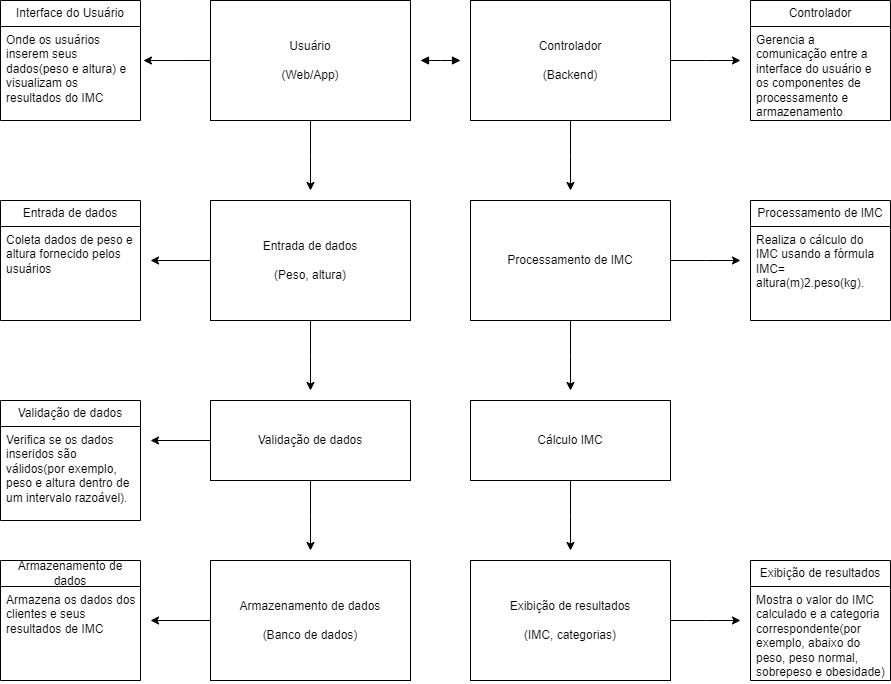
Before: Imc.drawio.png, a diagram exported from draw.io (Zaibam/Desenvolvimento-De-Sistemas-1). Source tidied: cells renumbered, new cells last; positions are measured from the earlier drawing's top-left corner, leaving out a move shared by most shapes. Source of this version:
```xml
<mxGraphModel>
  <root>
    <mxCell id="0" />
    <mxCell id="1" parent="0" />
    <mxCell id="2" style="edgeStyle=orthogonalEdgeStyle;rounded=0;jettySize=auto;html=1;exitX=0.5;exitY=1;exitDx=0;exitDy=0;" parent="1" edge="1" source="3">
      <mxGeometry relative="1" as="geometry">
        <mxPoint x="310" y="190" as="targetPoint" />
      </mxGeometry>
    </mxCell>
    <mxCell id="3" value="Usuário&lt;br&gt;&lt;br&gt;(Web/App)" style="html=1;whiteSpace=wrap;" parent="1" vertex="1">
      <mxGeometry x="210" width="200" height="120" as="geometry" />
    </mxCell>
    <mxCell id="4" style="edgeStyle=orthogonalEdgeStyle;rounded=0;jettySize=auto;html=1;exitX=0.5;exitY=1;exitDx=0;exitDy=0;" parent="1" edge="1" source="6">
      <mxGeometry relative="1" as="geometry">
        <mxPoint x="570" y="190" as="targetPoint" />
      </mxGeometry>
    </mxCell>
    <mxCell id="5" style="edgeStyle=orthogonalEdgeStyle;rounded=0;jettySize=auto;html=1;exitX=1;exitY=0.5;exitDx=0;exitDy=0;" parent="1" edge="1" source="6">
      <mxGeometry relative="1" as="geometry">
        <mxPoint x="740" y="60" as="targetPoint" />
      </mxGeometry>
    </mxCell>
    <mxCell id="6" value="Controlador&lt;br&gt;&lt;br&gt;(Backend)" style="html=1;whiteSpace=wrap;" parent="1" vertex="1">
      <mxGeometry x="470" width="200" height="120" as="geometry" />
    </mxCell>
    <mxCell id="7" style="edgeStyle=orthogonalEdgeStyle;rounded=0;jettySize=auto;html=1;exitX=0.5;exitY=1;exitDx=0;exitDy=0;" parent="1" edge="1" source="9">
      <mxGeometry relative="1" as="geometry">
        <mxPoint x="310" y="390" as="targetPoint" />
      </mxGeometry>
    </mxCell>
    <mxCell id="8" style="edgeStyle=orthogonalEdgeStyle;rounded=0;jettySize=auto;html=1;exitX=0;exitY=0.5;exitDx=0;exitDy=0;" parent="1" edge="1" source="9">
      <mxGeometry relative="1" as="geometry">
        <mxPoint x="150" y="260" as="targetPoint" />
      </mxGeometry>
    </mxCell>
    <mxCell id="9" value="Entrada de dados&lt;br&gt;&lt;br&gt;(Peso, altura)" style="html=1;whiteSpace=wrap;" parent="1" vertex="1">
      <mxGeometry x="210" y="200" width="200" height="120" as="geometry" />
    </mxCell>
    <mxCell id="10" style="edgeStyle=orthogonalEdgeStyle;rounded=0;jettySize=auto;html=1;exitX=0.5;exitY=1;exitDx=0;exitDy=0;" parent="1" edge="1" source="12">
      <mxGeometry relative="1" as="geometry">
        <mxPoint x="570" y="390" as="targetPoint" />
      </mxGeometry>
    </mxCell>
    <mxCell id="11" style="edgeStyle=orthogonalEdgeStyle;rounded=0;jettySize=auto;html=1;exitX=1;exitY=0.5;exitDx=0;exitDy=0;" parent="1" edge="1" source="12">
      <mxGeometry relative="1" as="geometry">
        <mxPoint x="740" y="260" as="targetPoint" />
      </mxGeometry>
    </mxCell>
    <mxCell id="12" value="Processamento de IMC" style="html=1;whiteSpace=wrap;" parent="1" vertex="1">
      <mxGeometry x="470" y="200" width="200" height="120" as="geometry" />
    </mxCell>
    <mxCell id="13" style="edgeStyle=orthogonalEdgeStyle;rounded=0;jettySize=auto;html=1;exitX=0.5;exitY=1;exitDx=0;exitDy=0;" parent="1" edge="1" source="15">
      <mxGeometry relative="1" as="geometry">
        <mxPoint x="310" y="550" as="targetPoint" />
      </mxGeometry>
    </mxCell>
    <mxCell id="14" style="edgeStyle=orthogonalEdgeStyle;rounded=0;jettySize=auto;html=1;exitX=0;exitY=0.5;exitDx=0;exitDy=0;" parent="1" edge="1" source="15">
      <mxGeometry relative="1" as="geometry">
        <mxPoint x="150" y="440" as="targetPoint" />
      </mxGeometry>
    </mxCell>
    <mxCell id="15" value="Validação de dados" style="html=1;whiteSpace=wrap;" parent="1" vertex="1">
      <mxGeometry x="210" y="400" width="200" height="80" as="geometry" />
    </mxCell>
    <mxCell id="16" style="edgeStyle=orthogonalEdgeStyle;rounded=0;jettySize=auto;html=1;exitX=0.5;exitY=1;exitDx=0;exitDy=0;" parent="1" edge="1" source="17">
      <mxGeometry relative="1" as="geometry">
        <mxPoint x="570" y="550" as="targetPoint" />
      </mxGeometry>
    </mxCell>
    <mxCell id="17" value="Cálculo IMC" style="html=1;whiteSpace=wrap;" parent="1" vertex="1">
      <mxGeometry x="470" y="400" width="200" height="80" as="geometry" />
    </mxCell>
    <mxCell id="18" style="edgeStyle=orthogonalEdgeStyle;rounded=0;jettySize=auto;html=1;exitX=0;exitY=0.5;exitDx=0;exitDy=0;" parent="1" edge="1" source="19">
      <mxGeometry relative="1" as="geometry">
        <mxPoint x="150" y="620" as="targetPoint" />
      </mxGeometry>
    </mxCell>
    <mxCell id="19" value="Armazenamento de dados&lt;br&gt;&lt;br&gt;(Banco de dados)" style="html=1;whiteSpace=wrap;" parent="1" vertex="1">
      <mxGeometry x="210" y="560" width="200" height="120" as="geometry" />
    </mxCell>
    <mxCell id="20" style="edgeStyle=orthogonalEdgeStyle;rounded=0;jettySize=auto;html=1;exitX=1;exitY=0.5;exitDx=0;exitDy=0;" parent="1" edge="1" source="21">
      <mxGeometry relative="1" as="geometry">
        <mxPoint x="740" y="620" as="targetPoint" />
      </mxGeometry>
    </mxCell>
    <mxCell id="21" value="Exibição de resultados&lt;br&gt;&lt;br&gt;(IMC, categorias)" style="html=1;whiteSpace=wrap;" parent="1" vertex="1">
      <mxGeometry x="470" y="560" width="200" height="120" as="geometry" />
    </mxCell>
    <mxCell id="22" value="Interface do Usuário" style="swimlane;fontStyle=0;horizontal=1;startSize=26;fillColor=none;whiteSpace=wrap;html=1;" parent="1" vertex="1">
      <mxGeometry width="140" height="120" as="geometry" />
    </mxCell>
    <mxCell id="23" value="Onde os usuários inserem seus dados(peso e altura) e visualizam os resultados do IMC" style="text;strokeColor=none;fillColor=none;align=left;verticalAlign=top;spacingLeft=4;spacingRight=4;overflow=hidden;points=[[0,0.5],[1,0.5]];portConstraint=eastwest;whiteSpace=wrap;html=1;" parent="22" vertex="1">
      <mxGeometry y="26" width="140" height="94" as="geometry" />
    </mxCell>
    <mxCell id="24" style="edgeStyle=orthogonalEdgeStyle;rounded=0;jettySize=auto;html=1;exitX=0;exitY=0.5;exitDx=0;exitDy=0;entryX=1.021;entryY=0.362;entryDx=0;entryDy=0;entryPerimeter=0;" parent="1" edge="1" source="3" target="23">
      <mxGeometry relative="1" as="geometry" />
    </mxCell>
    <mxCell id="25" value="Entrada de dados" style="swimlane;fontStyle=0;horizontal=1;startSize=26;fillColor=none;whiteSpace=wrap;html=1;" parent="1" vertex="1">
      <mxGeometry y="200" width="140" height="120" as="geometry" />
    </mxCell>
    <mxCell id="26" value="Coleta dados de peso e altura fornecido pelos usuários&lt;div&gt;&lt;br&gt;&lt;/div&gt;" style="text;strokeColor=none;fillColor=none;align=left;verticalAlign=top;spacingLeft=4;spacingRight=4;overflow=hidden;whiteSpace=wrap;html=1;" parent="25" vertex="1">
      <mxGeometry y="26" width="140" height="94" as="geometry" />
    </mxCell>
    <mxCell id="27" value="Controlador" style="swimlane;fontStyle=0;horizontal=1;startSize=26;fillColor=none;whiteSpace=wrap;html=1;" parent="1" vertex="1">
      <mxGeometry x="750" width="140" height="120" as="geometry" />
    </mxCell>
    <mxCell id="28" value="Gerencia a comunicação entre a interface do usuário e os componentes de processamento e armazenamento" style="text;strokeColor=none;fillColor=none;align=left;verticalAlign=top;spacingLeft=4;spacingRight=4;overflow=hidden;whiteSpace=wrap;html=1;" parent="27" vertex="1">
      <mxGeometry y="26" width="140" height="94" as="geometry" />
    </mxCell>
    <mxCell id="29" style="endArrow=block;startArrow=block;endFill=1;startFill=1;html=1;rounded=0;" parent="1" edge="1">
      <mxGeometry relative="1" as="geometry">
        <mxPoint x="420" y="60" as="sourcePoint" />
        <mxPoint x="460" y="60" as="targetPoint" />
        <Array as="points">
          <mxPoint x="440" y="60" />
        </Array>
      </mxGeometry>
    </mxCell>
    <mxCell id="30" value="Processamento de IMC" style="swimlane;fontStyle=0;horizontal=1;startSize=26;fillColor=none;whiteSpace=wrap;html=1;" parent="1" vertex="1">
      <mxGeometry x="750" y="200" width="140" height="120" as="geometry" />
    </mxCell>
    <mxCell id="31" value="Realiza o cálculo do IMC usando a fórmula IMC= altura(m)2.peso(kg)." style="text;strokeColor=none;fillColor=none;align=left;verticalAlign=top;spacingLeft=4;spacingRight=4;overflow=hidden;whiteSpace=wrap;html=1;" parent="30" vertex="1">
      <mxGeometry y="26" width="140" height="94" as="geometry" />
    </mxCell>
    <mxCell id="32" value="Exibição de resultados" style="swimlane;fontStyle=0;horizontal=1;startSize=26;fillColor=none;whiteSpace=wrap;html=1;" parent="1" vertex="1">
      <mxGeometry x="750" y="560" width="140" height="120" as="geometry" />
    </mxCell>
    <mxCell id="33" value="Mostra o valor do IMC calculado e a categoria correspondente(por exemplo, abaixo do peso, peso normal, sobrepeso e obesidade)" style="text;strokeColor=none;fillColor=none;align=left;verticalAlign=top;spacingLeft=4;spacingRight=4;overflow=hidden;whiteSpace=wrap;html=1;" parent="32" vertex="1">
      <mxGeometry y="26" width="140" height="94" as="geometry" />
    </mxCell>
    <mxCell id="34" value="Validação de dados" style="swimlane;fontStyle=0;horizontal=1;startSize=26;fillColor=none;whiteSpace=wrap;html=1;" parent="1" vertex="1">
      <mxGeometry y="400" width="140" height="120" as="geometry" />
    </mxCell>
    <mxCell id="35" value="Verifica se os dados inseridos são válidos(por exemplo, peso e altura dentro de um intervalo razoável)." style="text;strokeColor=none;fillColor=none;align=left;verticalAlign=top;spacingLeft=4;spacingRight=4;overflow=hidden;whiteSpace=wrap;html=1;" parent="34" vertex="1">
      <mxGeometry y="26" width="140" height="94" as="geometry" />
    </mxCell>
    <mxCell id="36" value="Armazenamento de dados" style="swimlane;fontStyle=0;horizontal=1;startSize=26;fillColor=none;whiteSpace=wrap;html=1;" parent="1" vertex="1">
      <mxGeometry y="560" width="140" height="120" as="geometry" />
    </mxCell>
    <mxCell id="37" value="Armazena os dados dos clientes e seus resultados de IMC" style="text;strokeColor=none;fillColor=none;align=left;verticalAlign=top;spacingLeft=4;spacingRight=4;overflow=hidden;whiteSpace=wrap;html=1;" parent="36" vertex="1">
      <mxGeometry y="26" width="140" height="94" as="geometry" />
    </mxCell>
  </root>
</mxGraphModel>
```
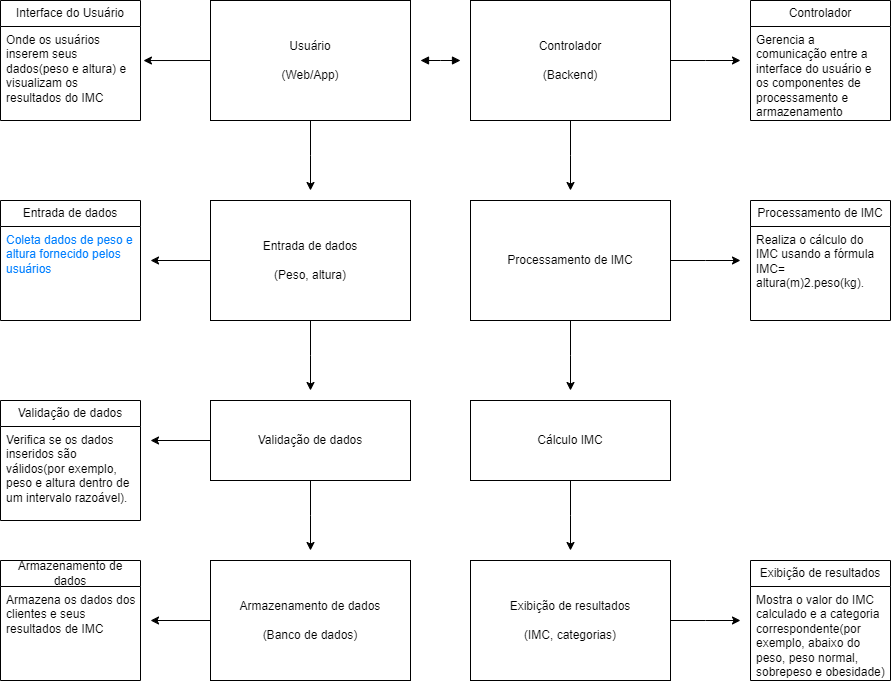
After the change.

Diff of the diagram source:
```diff
@@ -98,7 +98,7 @@
     <mxCell id="25" value="Entrada de dados" style="swimlane;fontStyle=0;horizontal=1;startSize=26;fillColor=none;whiteSpace=wrap;html=1;" parent="1" vertex="1">
       <mxGeometry y="200" width="140" height="120" as="geometry" />
     </mxCell>
-    <mxCell id="26" value="Coleta dados de peso e altura fornecido pelos usuários&lt;div&gt;&lt;br&gt;&lt;/div&gt;" style="text;strokeColor=none;fillColor=none;align=left;verticalAlign=top;spacingLeft=4;spacingRight=4;overflow=hidden;whiteSpace=wrap;html=1;" parent="25" vertex="1">
+    <mxCell id="26" value="Coleta dados de peso e altura fornecido pelos usuários&lt;div&gt;&lt;br&gt;&lt;/div&gt;" style="text;strokeColor=none;fillColor=none;align=left;verticalAlign=top;spacingLeft=4;spacingRight=4;overflow=hidden;whiteSpace=wrap;html=1;fontColor=#007FFF;" parent="25" vertex="1">
       <mxGeometry y="26" width="140" height="94" as="geometry" />
     </mxCell>
     <mxCell id="27" value="Controlador" style="swimlane;fontStyle=0;horizontal=1;startSize=26;fillColor=none;whiteSpace=wrap;html=1;" parent="1" vertex="1">
```
